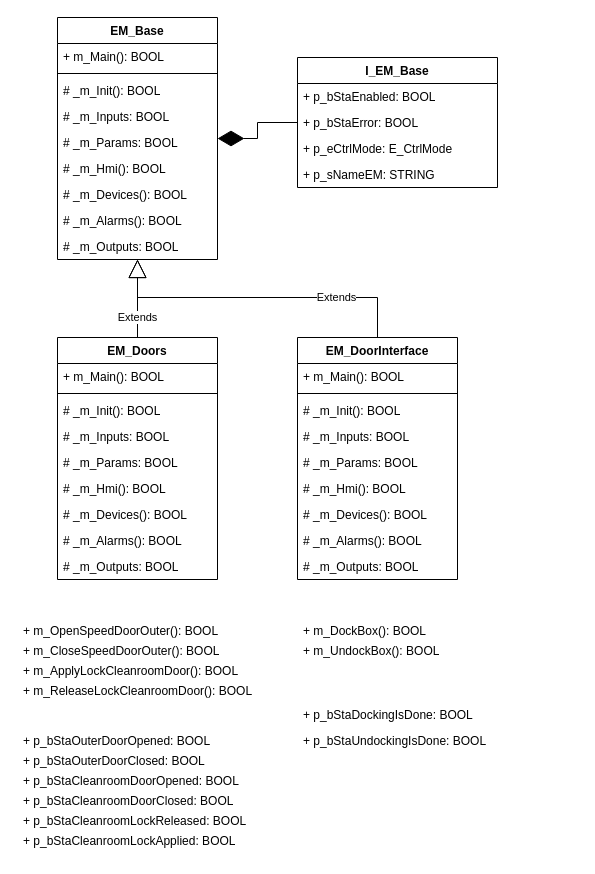
Earlier version of the draw.io diagram page "EM's" (4 of 5) of Documentation/Software architecture.drawio (KMWE/KMWE_CleanroomConnect). Source tidied: cells renumbered, new cells numbered last; positions are measured from the earlier drawing's top-left corner, leaving out a move shared by most shapes. Both pictures are drawn from the tidied source at 100%, with x=0, y=0 at pixel (17, 17).
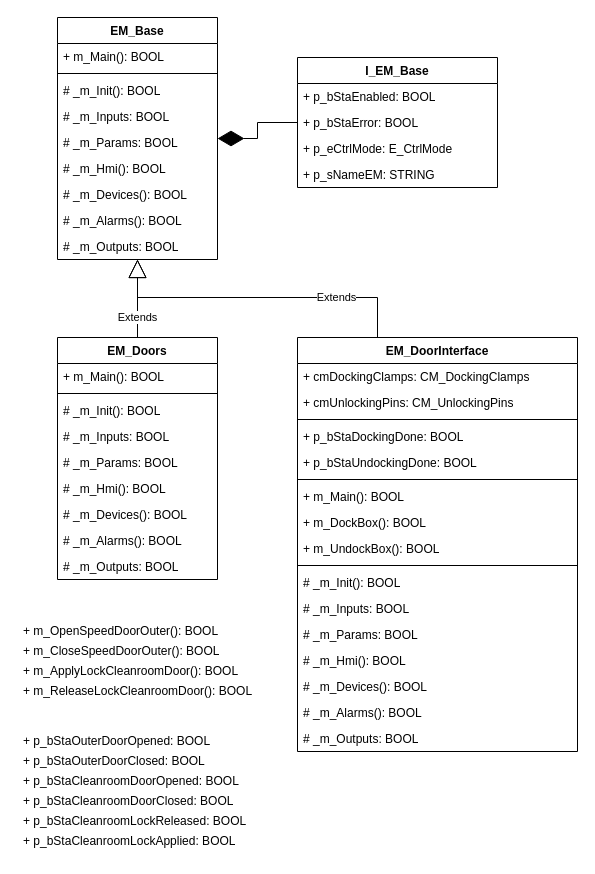
The same diagram, later.

What changed in the source:
```diff
@@
     <mxCell id="33" value="EM_DoorInterface" style="swimlane;fontStyle=1;align=center;verticalAlign=top;horizontal=1;startSize=26;whiteSpace=wrap;html=1;" parent="1" vertex="1">
-      <mxGeometry x="280" y="320" width="160" height="242" as="geometry" />
+      <mxGeometry x="280" y="320" width="280" height="414" as="geometry" />
     </mxCell>
+    <mxCell id="54" value="+ cmDockingClamps&lt;span style=&quot;background-color: initial;&quot;&gt;: CM_DockingClamps&lt;/span&gt;" style="text;strokeColor=none;fillColor=none;align=left;verticalAlign=top;spacingLeft=4;spacingRight=4;overflow=hidden;whiteSpace=wrap;html=1;" parent="33" vertex="1">
+      <mxGeometry y="26" width="280" height="26" as="geometry" />
+    </mxCell>
+    <mxCell id="55" value="+ cmUnlockingPins&lt;span style=&quot;background-color: initial;&quot;&gt;: CM_UnlockingPins&lt;/span&gt;" style="text;strokeColor=none;fillColor=none;align=left;verticalAlign=top;spacingLeft=4;spacingRight=4;overflow=hidden;whiteSpace=wrap;html=1;" parent="33" vertex="1">
+      <mxGeometry y="52" width="280" height="26" as="geometry" />
+    </mxCell>
+    <mxCell id="56" style="line;strokeWidth=1;fillColor=none;align=left;verticalAlign=middle;spacingTop=-1;spacingLeft=3;spacingRight=3;labelPosition=right;strokeColor=inherit;" parent="33" vertex="1">
+      <mxGeometry y="78" width="280" height="8" as="geometry" />
+    </mxCell>
+    <mxCell id="46" value="+ p_bStaDocking&lt;span style=&quot;background-color: initial;&quot;&gt;Done: BOOL&lt;/span&gt;" style="text;strokeColor=none;fillColor=none;align=left;verticalAlign=top;spacingLeft=4;spacingRight=4;overflow=hidden;whiteSpace=wrap;html=1;" parent="33" vertex="1">
+      <mxGeometry y="86" width="280" height="26" as="geometry" />
+    </mxCell>
+    <mxCell id="47" value="+ p_bStaUndockingDone: BOOL" style="text;strokeColor=none;fillColor=none;align=left;verticalAlign=top;spacingLeft=4;spacingRight=4;overflow=hidden;whiteSpace=wrap;html=1;" parent="33" vertex="1">
+      <mxGeometry y="112" width="280" height="26" as="geometry" />
+    </mxCell>
+    <mxCell id="57" style="line;strokeWidth=1;fillColor=none;align=left;verticalAlign=middle;spacingTop=-1;spacingLeft=3;spacingRight=3;labelPosition=right;strokeColor=inherit;" parent="33" vertex="1">
+      <mxGeometry y="138" width="280" height="8" as="geometry" />
+    </mxCell>
     <mxCell id="34" value="+ m_Main(): BOOL" style="text;strokeColor=none;fillColor=none;align=left;verticalAlign=top;spacingLeft=4;spacingRight=4;overflow=hidden;whiteSpace=wrap;html=1;" parent="33" vertex="1">
-      <mxGeometry y="26" width="160" height="26" as="geometry" />
+      <mxGeometry y="146" width="280" height="26" as="geometry" />
     </mxCell>
+    <mxCell id="44" value="+ m_DockBox(): BOOL" style="text;strokeColor=none;fillColor=none;align=left;verticalAlign=top;spacingLeft=4;spacingRight=4;overflow=hidden;whiteSpace=wrap;html=1;" parent="33" vertex="1">
+      <mxGeometry y="172" width="280" height="26" as="geometry" />
+    </mxCell>
+    <mxCell id="45" value="+ m_UndockBox(): BOOL" style="text;strokeColor=none;fillColor=none;align=left;verticalAlign=top;spacingLeft=4;spacingRight=4;overflow=hidden;whiteSpace=wrap;html=1;" parent="33" vertex="1">
+      <mxGeometry y="198" width="280" height="26" as="geometry" />
+    </mxCell>
     <mxCell id="35" style="line;strokeWidth=1;fillColor=none;align=left;verticalAlign=middle;spacingTop=-1;spacingLeft=3;spacingRight=3;labelPosition=right;strokeColor=inherit;" parent="33" vertex="1">
-      <mxGeometry y="52" width="160" height="8" as="geometry" />
+      <mxGeometry y="224" width="280" height="8" as="geometry" />
     </mxCell>
     <mxCell id="36" value="# _m_Init(): BOOL" style="text;strokeColor=none;fillColor=none;align=left;verticalAlign=top;spacingLeft=4;spacingRight=4;overflow=hidden;whiteSpace=wrap;html=1;" parent="33" vertex="1">
-      <mxGeometry y="60" width="160" height="26" as="geometry" />
+      <mxGeometry y="232" width="280" height="26" as="geometry" />
     </mxCell>
     <mxCell id="37" value="# _m_Inputs: BOOL" style="text;strokeColor=none;fillColor=none;align=left;verticalAlign=top;spacingLeft=4;spacingRight=4;overflow=hidden;whiteSpace=wrap;html=1;" parent="33" vertex="1">
-      <mxGeometry y="86" width="160" height="26" as="geometry" />
+      <mxGeometry y="258" width="280" height="26" as="geometry" />
     </mxCell>
     <mxCell id="38" value="# _m_Params: BOOL" style="text;strokeColor=none;fillColor=none;align=left;verticalAlign=top;spacingLeft=4;spacingRight=4;overflow=hidden;whiteSpace=wrap;html=1;" parent="33" vertex="1">
-      <mxGeometry y="112" width="160" height="26" as="geometry" />
+      <mxGeometry y="284" width="280" height="26" as="geometry" />
     </mxCell>
     <mxCell id="39" value="# _m_Hmi(): BOOL" style="text;strokeColor=none;fillColor=none;align=left;verticalAlign=top;spacingLeft=4;spacingRight=4;overflow=hidden;whiteSpace=wrap;html=1;" parent="33" vertex="1">
-      <mxGeometry y="138" width="160" height="26" as="geometry" />
+      <mxGeometry y="310" width="280" height="26" as="geometry" />
     </mxCell>
     <mxCell id="40" value="# _m_Devices(): BOOL" style="text;strokeColor=none;fillColor=none;align=left;verticalAlign=top;spacingLeft=4;spacingRight=4;overflow=hidden;whiteSpace=wrap;html=1;" parent="33" vertex="1">
-      <mxGeometry y="164" width="160" height="26" as="geometry" />
+      <mxGeometry y="336" width="280" height="26" as="geometry" />
     </mxCell>
     <mxCell id="41" value="# _m_Alarms(): BOOL" style="text;strokeColor=none;fillColor=none;align=left;verticalAlign=top;spacingLeft=4;spacingRight=4;overflow=hidden;whiteSpace=wrap;html=1;" parent="33" vertex="1">
-      <mxGeometry y="190" width="160" height="26" as="geometry" />
+      <mxGeometry y="362" width="280" height="26" as="geometry" />
     </mxCell>
     <mxCell id="42" value="# _m_Outputs: BOOL" style="text;strokeColor=none;fillColor=none;align=left;verticalAlign=top;spacingLeft=4;spacingRight=4;overflow=hidden;whiteSpace=wrap;html=1;" parent="33" vertex="1">
-      <mxGeometry y="216" width="160" height="26" as="geometry" />
+      <mxGeometry y="388" width="280" height="26" as="geometry" />
     </mxCell>
@@
-    <mxCell id="44" value="+ m_DockBox(): BOOL" style="text;strokeColor=none;fillColor=none;align=left;verticalAlign=top;spacingLeft=4;spacingRight=4;overflow=hidden;whiteSpace=wrap;html=1;" parent="1" vertex="1">
-      <mxGeometry x="280" y="600" width="240" height="26" as="geometry" />
-    </mxCell>
-    <mxCell id="45" value="+ m_UndockBox(): BOOL" style="text;strokeColor=none;fillColor=none;align=left;verticalAlign=top;spacingLeft=4;spacingRight=4;overflow=hidden;whiteSpace=wrap;html=1;" parent="1" vertex="1">
-      <mxGeometry x="280" y="620" width="240" height="26" as="geometry" />
-    </mxCell>
-    <mxCell id="46" value="+ p_bStaDockingIsDone: BOOL" style="text;strokeColor=none;fillColor=none;align=left;verticalAlign=top;spacingLeft=4;spacingRight=4;overflow=hidden;whiteSpace=wrap;html=1;" parent="1" vertex="1">
-      <mxGeometry x="280" y="684" width="200" height="26" as="geometry" />
-    </mxCell>
-    <mxCell id="47" value="+ p_bStaUndockingIsDone: BOOL" style="text;strokeColor=none;fillColor=none;align=left;verticalAlign=top;spacingLeft=4;spacingRight=4;overflow=hidden;whiteSpace=wrap;html=1;" parent="1" vertex="1">
-      <mxGeometry x="280" y="710" width="200" height="26" as="geometry" />
-    </mxCell>
```
